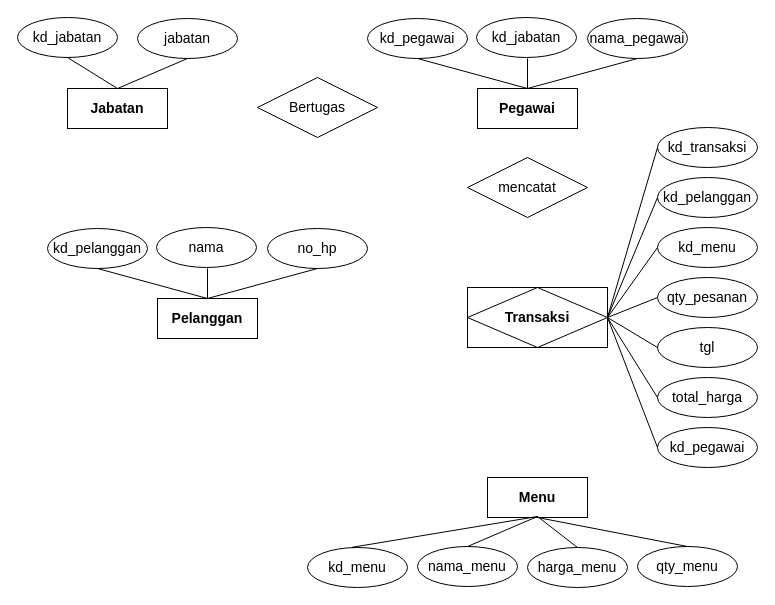
Before: Untitled Diagram.drawio in MuhammadSyaugi13/drawio, a draw.io diagram. Source tidied: cells renumbered, new cells numbered last; positions are measured from the earlier drawing's top-left corner, leaving out a move shared by most shapes. Both pictures are drawn from the tidied source at 100%, with x=0, y=0 at pixel (17, 17).
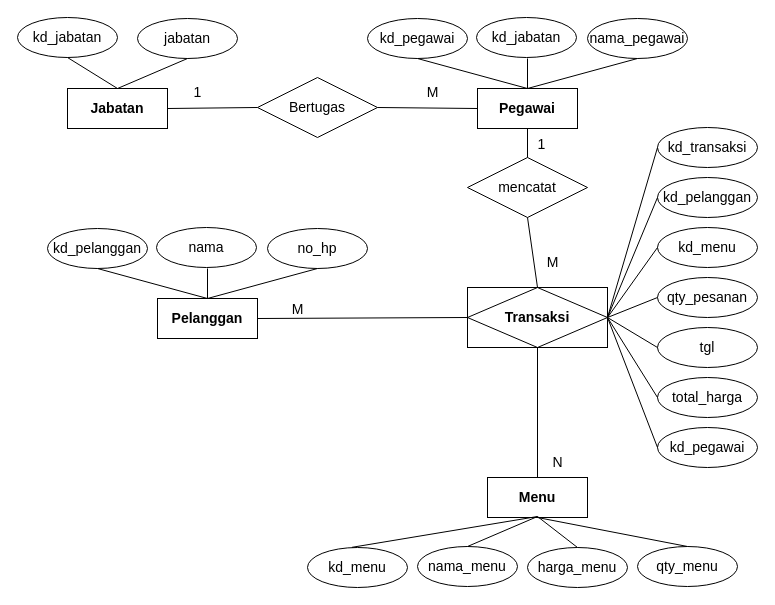
The same diagram, later.

Unchanged cells that the change refers to:
```xml
<mxCell id="2" value="&lt;b&gt;&lt;font style=&quot;font-size: 14px;&quot;&gt;Pelanggan&lt;/font&gt;&lt;/b&gt;" style="whiteSpace=wrap;html=1;align=center;" parent="1" vertex="1">
  <mxGeometry x="140" y="281" width="100" height="40" as="geometry" />
</mxCell>
<mxCell id="9" value="&lt;b&gt;&lt;font style=&quot;font-size: 14px;&quot;&gt;Menu&lt;/font&gt;&lt;/b&gt;" style="whiteSpace=wrap;html=1;align=center;" parent="1" vertex="1">
  <mxGeometry x="470" y="460" width="100" height="40" as="geometry" />
</mxCell>
<mxCell id="18" value="&lt;b&gt;Transaksi&lt;/b&gt;" style="shape=associativeEntity;whiteSpace=wrap;html=1;align=center;fontSize=14;" parent="1" vertex="1">
  <mxGeometry x="450" y="270" width="140" height="60" as="geometry" />
</mxCell>
<mxCell id="33" value="&lt;b&gt;&lt;font style=&quot;font-size: 14px;&quot;&gt;Pegawai&lt;/font&gt;&lt;/b&gt;" style="whiteSpace=wrap;html=1;align=center;" parent="1" vertex="1">
  <mxGeometry x="460" y="71" width="100" height="40" as="geometry" />
</mxCell>
<mxCell id="40" value="&lt;font style=&quot;font-size: 14px;&quot;&gt;&lt;b&gt;Jabatan&lt;/b&gt;&lt;/font&gt;" style="whiteSpace=wrap;html=1;align=center;" parent="1" vertex="1">
  <mxGeometry x="50" y="71" width="100" height="40" as="geometry" />
</mxCell>
<mxCell id="45" value="Bertugas" style="shape=rhombus;perimeter=rhombusPerimeter;whiteSpace=wrap;html=1;align=center;fontSize=14;" parent="1" vertex="1">
  <mxGeometry x="240" y="60" width="120" height="60" as="geometry" />
</mxCell>
<mxCell id="46" value="mencatat" style="shape=rhombus;perimeter=rhombusPerimeter;whiteSpace=wrap;html=1;align=center;fontSize=14;" parent="1" vertex="1">
  <mxGeometry x="450" y="140" width="120" height="60" as="geometry" />
</mxCell>
```

Diff of the diagram source:
```diff
@@
+    <mxCell id="47" style="endArrow=none;html=1;rounded=0;fontSize=14;exitX=1;exitY=0.5;exitDx=0;exitDy=0;entryX=0;entryY=0.5;entryDx=0;entryDy=0;" parent="1" edge="1" source="2" target="18">
+      <mxGeometry relative="1" as="geometry" />
+    </mxCell>
+    <mxCell id="48" style="endArrow=none;html=1;rounded=0;fontSize=14;exitX=0.5;exitY=0;exitDx=0;exitDy=0;entryX=0.5;entryY=1;entryDx=0;entryDy=0;" parent="1" edge="1" source="9" target="18">
+      <mxGeometry relative="1" as="geometry" />
+    </mxCell>
+    <mxCell id="49" style="endArrow=none;html=1;rounded=0;fontSize=14;exitX=0.5;exitY=1;exitDx=0;exitDy=0;entryX=0.5;entryY=0;entryDx=0;entryDy=0;" parent="1" edge="1" source="46" target="18">
+      <mxGeometry relative="1" as="geometry" />
+    </mxCell>
+    <mxCell id="50" style="endArrow=none;html=1;rounded=0;fontSize=14;exitX=0.5;exitY=0;exitDx=0;exitDy=0;entryX=0.5;entryY=1;entryDx=0;entryDy=0;" parent="1" edge="1" source="46" target="33">
+      <mxGeometry relative="1" as="geometry" />
+    </mxCell>
+    <mxCell id="51" style="endArrow=none;html=1;rounded=0;fontSize=14;exitX=1;exitY=0.5;exitDx=0;exitDy=0;entryX=0;entryY=0.5;entryDx=0;entryDy=0;" parent="1" edge="1" source="45" target="33">
+      <mxGeometry relative="1" as="geometry" />
+    </mxCell>
+    <mxCell id="52" style="endArrow=none;html=1;rounded=0;fontSize=14;exitX=0;exitY=0.5;exitDx=0;exitDy=0;entryX=1;entryY=0.5;entryDx=0;entryDy=0;" parent="1" edge="1" source="45" target="40">
+      <mxGeometry relative="1" as="geometry" />
+    </mxCell>
+    <mxCell id="53" value="M" style="text;html=1;align=center;verticalAlign=middle;fillColor=none;strokeColor=none;rounded=0;fontSize=14;" parent="1" vertex="1">
+      <mxGeometry x="260" y="277" width="40" height="30" as="geometry" />
+    </mxCell>
+    <mxCell id="54" value="N" style="text;html=1;align=center;verticalAlign=middle;fillColor=none;strokeColor=none;rounded=0;fontSize=14;" parent="1" vertex="1">
+      <mxGeometry x="525" y="430" width="30" height="30" as="geometry" />
+    </mxCell>
+    <mxCell id="55" value="M" style="text;html=1;align=center;verticalAlign=middle;fillColor=none;strokeColor=none;rounded=0;fontSize=14;" parent="1" vertex="1">
+      <mxGeometry x="515" y="230" width="40" height="30" as="geometry" />
+    </mxCell>
+    <mxCell id="56" value="1" style="text;html=1;align=center;verticalAlign=middle;fillColor=none;strokeColor=none;rounded=0;fontSize=14;" parent="1" vertex="1">
+      <mxGeometry x="509" y="112" width="30" height="30" as="geometry" />
+    </mxCell>
+    <mxCell id="57" value="M" style="text;html=1;align=center;verticalAlign=middle;fillColor=none;strokeColor=none;rounded=0;fontSize=14;" parent="1" vertex="1">
+      <mxGeometry x="395" y="60" width="40" height="30" as="geometry" />
+    </mxCell>
+    <mxCell id="58" value="1" style="text;html=1;align=center;verticalAlign=middle;fillColor=none;strokeColor=none;rounded=0;fontSize=14;" parent="1" vertex="1">
+      <mxGeometry x="165" y="60" width="30" height="30" as="geometry" />
+    </mxCell>
```
